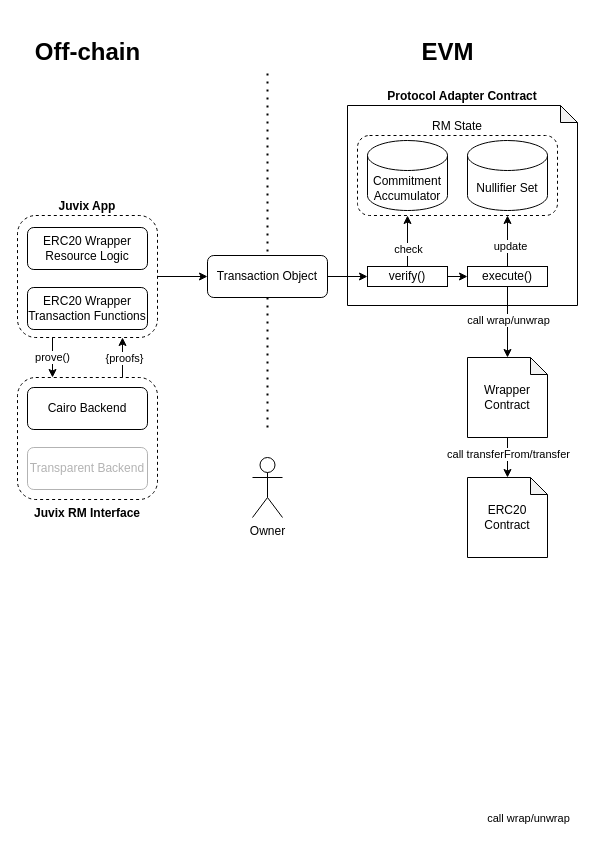
Before: page "PA" (1 of 2) of EVMProtocolAdapter.drawio in anoma/evm-protocol-adapter, a draw.io diagram. Source tidied: cells renumbered, new cells numbered last; positions are measured from the earlier drawing's top-left corner, leaving out a move shared by most shapes. Both pictures are drawn from the tidied source at 100%, with x=0, y=0 at pixel (17, 17).
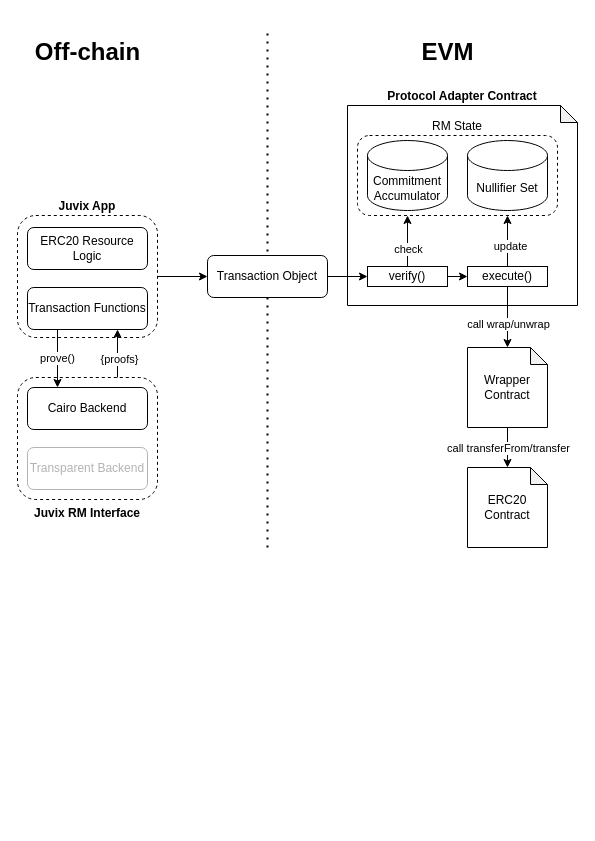
The same diagram, later.

Commit message:
docs: improve graphic

Unchanged cells that the change refers to:
```xml
<mxCell id="9" value="&lt;b&gt;Juvix App&lt;/b&gt;" style="rounded=1;whiteSpace=wrap;html=1;dashed=1;labelPosition=center;verticalLabelPosition=top;align=center;verticalAlign=bottom;" parent="1" vertex="1">
  <mxGeometry y="198" width="140" height="122" as="geometry" />
</mxCell>
<mxCell id="14" value="&lt;b&gt;Juvix&amp;nbsp;&lt;/b&gt;&lt;b&gt;RM&lt;/b&gt;&lt;b&gt;&amp;nbsp;Interface&lt;/b&gt;" style="rounded=1;whiteSpace=wrap;html=1;dashed=1;labelPosition=center;verticalLabelPosition=bottom;align=center;verticalAlign=top;" parent="1" vertex="1">
  <mxGeometry y="360" width="140" height="122" as="geometry" />
</mxCell>
<mxCell id="15" value="Cairo Backend" style="rounded=1;whiteSpace=wrap;html=1;" parent="1" vertex="1">
  <mxGeometry x="10" y="370" width="120" height="42" as="geometry" />
</mxCell>
<mxCell id="21" style="edgeStyle=orthogonalEdgeStyle;rounded=0;jettySize=auto;html=1;exitX=0.5;exitY=1;exitDx=0;exitDy=0;entryX=0.5;entryY=0;entryDx=0;entryDy=0;entryPerimeter=0;" parent="1" edge="1" source="28" target="6">
  <mxGeometry relative="1" as="geometry" />
</mxCell>
<mxCell id="23" style="edgeStyle=orthogonalEdgeStyle;rounded=0;jettySize=auto;html=1;entryX=0.5;entryY=0;entryDx=0;entryDy=0;entryPerimeter=0;exitX=0.5;exitY=1;exitDx=0;exitDy=0;exitPerimeter=0;" parent="1" edge="1" source="6" target="19">
  <mxGeometry relative="1" as="geometry" />
</mxCell>
```

Diff of the diagram source:
```diff
@@
     <mxCell id="3" style="endArrow=none;dashed=1;html=1;dashPattern=1 3;strokeWidth=2;rounded=0;" parent="1" edge="1">
       <mxGeometry relative="1" as="geometry">
-        <mxPoint x="250" y="410" as="sourcePoint" />
-        <mxPoint x="250" y="50" as="targetPoint" />
+        <mxPoint x="250" y="530" as="sourcePoint" />
+        <mxPoint x="250" y="10" as="targetPoint" />
       </mxGeometry>
     </mxCell>
@@
     <mxCell id="6" value="Wrapper&lt;br&gt;Contract" style="shape=note;whiteSpace=wrap;html=1;backgroundOutline=1;darkOpacity=0.05;size=17;" parent="1" vertex="1">
-      <mxGeometry x="450" y="340" width="80" height="80" as="geometry" />
+      <mxGeometry x="450" y="330" width="80" height="80" as="geometry" />
     </mxCell>
-    <mxCell id="7" value="prove()" style="edgeStyle=orthogonalEdgeStyle;rounded=0;jettySize=auto;html=1;exitX=0.25;exitY=1;exitDx=0;exitDy=0;entryX=0.25;entryY=0;entryDx=0;entryDy=0;" parent="1" edge="1" source="9" target="14">
-      <mxGeometry relative="1" as="geometry" />
-    </mxCell>
@@
-    <mxCell id="10" value="ERC20 Wrapper Resource Logic" style="rounded=1;whiteSpace=wrap;html=1;" parent="1" vertex="1">
+    <mxCell id="10" value="ERC20 Resource Logic" style="rounded=1;whiteSpace=wrap;html=1;" parent="1" vertex="1">
       <mxGeometry x="10" y="210" width="120" height="42" as="geometry" />
     </mxCell>
-    <mxCell id="11" value="&lt;div&gt;ERC20 Wrapper&lt;/div&gt;Transaction Functions" style="rounded=1;whiteSpace=wrap;html=1;" parent="1" vertex="1">
+    <mxCell id="11" value="&lt;div&gt;&lt;span style=&quot;background-color: transparent; color: light-dark(rgb(0, 0, 0), rgb(255, 255, 255));&quot;&gt;Transaction Functions&lt;/span&gt;&lt;br&gt;&lt;/div&gt;" style="rounded=1;whiteSpace=wrap;html=1;" parent="1" vertex="1">
       <mxGeometry x="10" y="270" width="120" height="42" as="geometry" />
     </mxCell>
-    <mxCell id="12" style="edgeStyle=orthogonalEdgeStyle;rounded=0;jettySize=auto;html=1;exitX=0.75;exitY=0;exitDx=0;exitDy=0;entryX=0.75;entryY=1;entryDx=0;entryDy=0;" parent="1" edge="1" source="14" target="9">
+    <mxCell id="12" style="edgeStyle=orthogonalEdgeStyle;rounded=0;jettySize=auto;html=1;exitX=0.75;exitY=0;exitDx=0;exitDy=0;entryX=0.75;entryY=1;entryDx=0;entryDy=0;" parent="1" edge="1" source="15" target="11">
       <mxGeometry relative="1" as="geometry" />
     </mxCell>
@@
     <mxCell id="19" value="ERC20&lt;br&gt;Contract" style="shape=note;whiteSpace=wrap;html=1;backgroundOutline=1;darkOpacity=0.05;size=17;" parent="1" vertex="1">
-      <mxGeometry x="450" y="460" width="80" height="80" as="geometry" />
+      <mxGeometry x="450" y="450" width="80" height="80" as="geometry" />
     </mxCell>
-    <mxCell id="20" value="Owner" style="shape=umlActor;verticalLabelPosition=bottom;verticalAlign=top;html=1;" parent="1" vertex="1">
-      <mxGeometry x="235" y="440" width="30" height="60" as="geometry" />
-    </mxCell>
@@
     <mxCell id="22" value="call wrap/unwrap" style="edgeLabel;html=1;align=center;verticalAlign=middle;" parent="21" vertex="1">
       <mxGeometry x="0.1" y="2" relative="1" as="geometry">
-        <mxPoint x="-2" y="-6" as="offset" />
+        <mxPoint x="-2" y="3" as="offset" />
       </mxGeometry>
     </mxCell>
@@
     <mxCell id="24" value="call transferFrom/transfer" style="edgeLabel;html=1;align=center;verticalAlign=middle;" parent="23" vertex="1">
-      <mxGeometry x="-0.2" relative="1" as="geometry" />
+      <mxGeometry x="-0.2" relative="1" as="geometry">
+        <mxPoint y="4" as="offset" />
+      </mxGeometry>
     </mxCell>
@@
-    <mxCell id="32" value="call wrap/unwrap" style="edgeLabel;html=1;align=center;verticalAlign=middle;" parent="1" vertex="1">
-      <mxGeometry x="510" y="800" as="geometry" />
-    </mxCell>
@@
+    <mxCell id="7" value="prove()" style="edgeStyle=orthogonalEdgeStyle;rounded=0;jettySize=auto;html=1;exitX=0.25;exitY=1;exitDx=0;exitDy=0;entryX=0.25;entryY=0;entryDx=0;entryDy=0;" parent="1" edge="1" source="11" target="15">
+      <mxGeometry relative="1" as="geometry" />
+    </mxCell>
```
